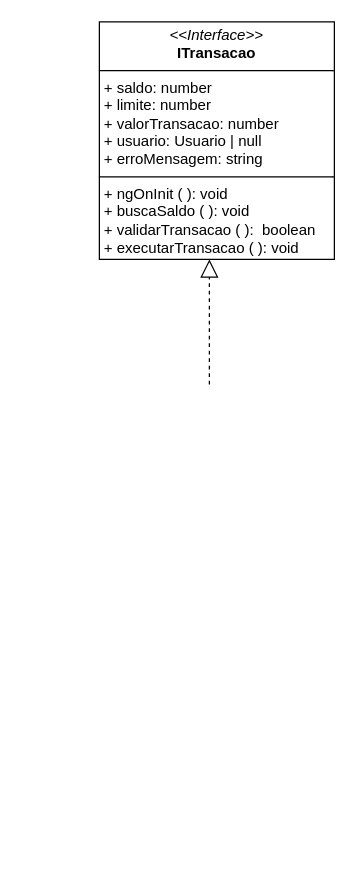
alejandrolafuente/SistemaBanco keeps this draw.io diagram as transacao.drawio. Above is the earlier version. Source tidied: cells renumbered, new cells numbered last; positions are measured from the earlier drawing's top-left corner, leaving out a move shared by most shapes. Both pictures are drawn from the tidied source at 125%, with x=0, y=0 at pixel (99, 21).
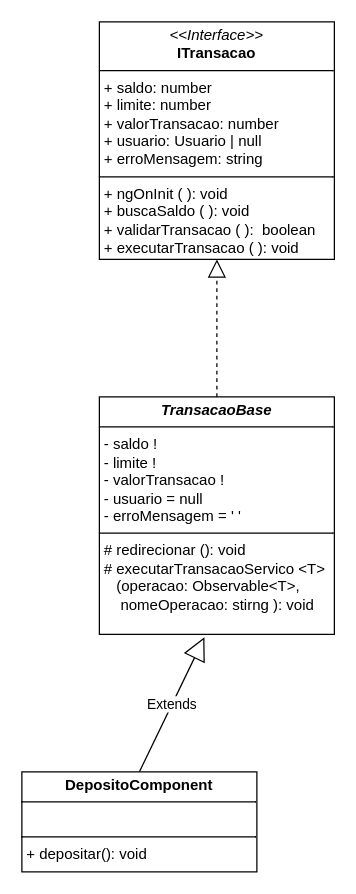
The same page after the edit.

Commit message (it also covers changes not shown here):
atualizando diagramas

Change to the diagram source:
```diff
@@
 <mxGraphModel>
   <root>
     <mxCell id="0" />
     <mxCell id="1" parent="0" />
     <mxCell id="2" value="&lt;p style=&quot;margin:0px;margin-top:4px;text-align:center;&quot;&gt;&lt;i&gt;&amp;lt;&amp;lt;Interface&amp;gt;&amp;gt;&lt;/i&gt;&lt;br&gt;&lt;b&gt;ITransacao&lt;/b&gt;&lt;/p&gt;&lt;hr size=&quot;1&quot; style=&quot;border-style:solid;&quot;&gt;&lt;p style=&quot;margin:0px;margin-left:4px;&quot;&gt;+ saldo: number&lt;br&gt;+ limite: number&lt;/p&gt;&lt;p style=&quot;margin:0px;margin-left:4px;&quot;&gt;+ valorTransacao: number&lt;/p&gt;&lt;p style=&quot;margin:0px;margin-left:4px;&quot;&gt;+ usuario: Usuario | null&lt;/p&gt;&lt;p style=&quot;margin:0px;margin-left:4px;&quot;&gt;+ erroMensagem: string&lt;/p&gt;&lt;hr size=&quot;1&quot; style=&quot;border-style:solid;&quot;&gt;&lt;p style=&quot;margin:0px;margin-left:4px;&quot;&gt;+ ngOnInit ( ): void&lt;/p&gt;&lt;p style=&quot;margin:0px;margin-left:4px;&quot;&gt;+ buscaSaldo ( ): void&lt;/p&gt;&lt;p style=&quot;margin:0px;margin-left:4px;&quot;&gt;+ validarTransacao ( ):&amp;nbsp; boolean&lt;/p&gt;&lt;p style=&quot;margin:0px;margin-left:4px;&quot;&gt;+ executarTransacao ( ): void&lt;/p&gt;" style="verticalAlign=top;align=left;overflow=fill;html=1;whiteSpace=wrap;" parent="1" vertex="1">
       <mxGeometry width="188" height="190" as="geometry" />
     </mxCell>
-    <mxCell id="3" style="endArrow=block;dashed=1;endFill=0;endSize=12;html=1;" parent="1" edge="1">
-      <mxGeometry relative="1" as="geometry">
-        <mxPoint x="88" y="290" as="sourcePoint" />
-        <mxPoint x="88" y="190" as="targetPoint" />
-      </mxGeometry>
+    <mxCell id="3" style="endArrow=block;dashed=1;endFill=0;endSize=12;html=1;exitX=0.5;exitY=0;exitDx=0;exitDy=0;entryX=0.5;entryY=1;entryDx=0;entryDy=0;" parent="1" edge="1" source="4" target="2">
+      <mxGeometry relative="1" as="geometry" />
     </mxCell>
+    <mxCell id="4" value="&lt;p style=&quot;margin:0px;margin-top:4px;text-align:center;&quot;&gt;&lt;b&gt;&lt;i&gt;TransacaoBase&lt;/i&gt;&lt;/b&gt;&lt;/p&gt;&lt;hr size=&quot;1&quot; style=&quot;border-style:solid;&quot;&gt;&lt;p style=&quot;margin:0px;margin-left:4px;&quot;&gt;- saldo !&amp;nbsp;&lt;br&gt;- limite !&amp;nbsp;&lt;/p&gt;&lt;p style=&quot;margin:0px;margin-left:4px;&quot;&gt;- valorTransacao !&lt;/p&gt;&lt;p style=&quot;margin:0px;margin-left:4px;&quot;&gt;- usuario = null&lt;/p&gt;&lt;p style=&quot;margin:0px;margin-left:4px;&quot;&gt;- erroMensagem = ' '&lt;/p&gt;&lt;hr size=&quot;1&quot; style=&quot;border-style:solid;&quot;&gt;&lt;p style=&quot;margin:0px;margin-left:4px;&quot;&gt;# redirecionar (): void&lt;/p&gt;&lt;p style=&quot;margin:0px;margin-left:4px;&quot;&gt;# executarTransacaoServico &amp;lt;T&amp;gt;&lt;/p&gt;&lt;p style=&quot;margin:0px;margin-left:4px;&quot;&gt;&amp;nbsp; &amp;nbsp;(operacao: Observable&amp;lt;T&amp;gt;,&amp;nbsp; &amp;nbsp; &amp;nbsp; &amp;nbsp; &amp;nbsp; &amp;nbsp; nomeOperacao: stirng ): void&lt;/p&gt;" style="verticalAlign=top;align=left;overflow=fill;html=1;whiteSpace=wrap;" parent="1" vertex="1">
+      <mxGeometry y="300" width="188" height="190" as="geometry" />
+    </mxCell>
+    <mxCell id="5" value="Extends" style="endArrow=block;endSize=16;endFill=0;html=1;entryX=0.447;entryY=1.012;entryDx=0;entryDy=0;entryPerimeter=0;exitX=0.5;exitY=0;exitDx=0;exitDy=0;" parent="1" edge="1" source="6" target="4">
+      <mxGeometry relative="1" as="geometry" />
+    </mxCell>
+    <mxCell id="6" value="&lt;p style=&quot;margin:0px;margin-top:4px;text-align:center;&quot;&gt;&lt;b&gt;DepositoComponent&lt;/b&gt;&lt;/p&gt;&lt;hr size=&quot;1&quot; style=&quot;border-style:solid;&quot;&gt;&lt;p style=&quot;margin:0px;margin-left:4px;&quot;&gt;&lt;br&gt;&lt;/p&gt;&lt;hr size=&quot;1&quot; style=&quot;border-style:solid;&quot;&gt;&lt;p style=&quot;margin:0px;margin-left:4px;&quot;&gt;+ depositar(): void&lt;/p&gt;" style="verticalAlign=top;align=left;overflow=fill;html=1;whiteSpace=wrap;" parent="1" vertex="1">
+      <mxGeometry x="-62" y="600" width="188" height="80" as="geometry" />
+    </mxCell>
   </root>
 </mxGraphModel>
```
